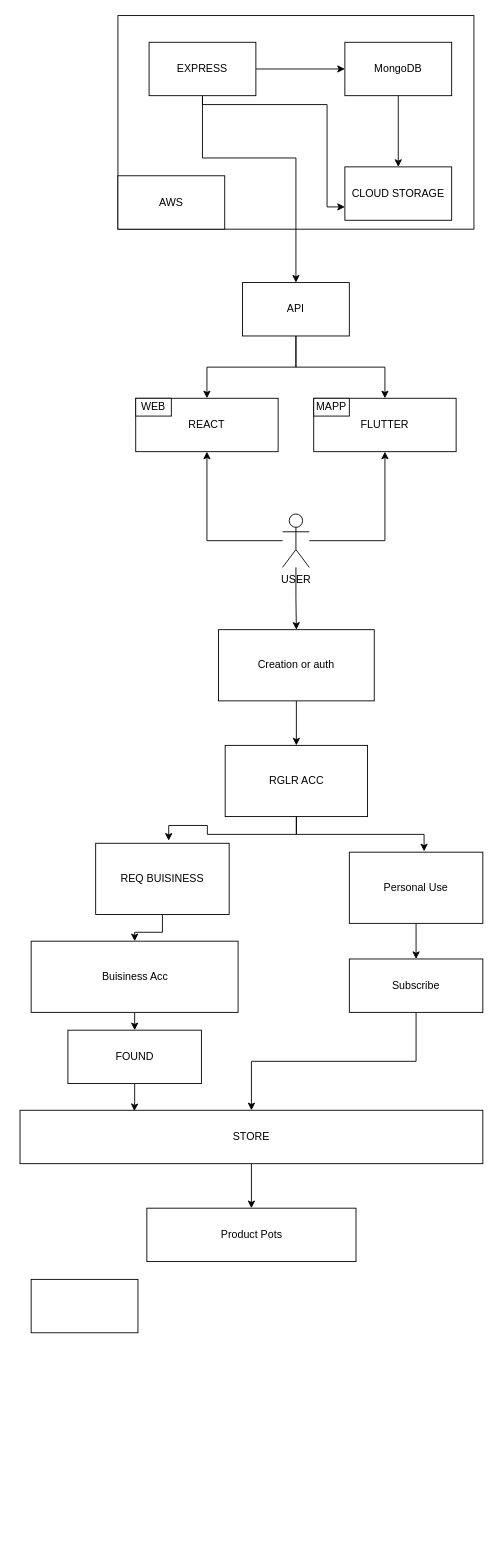
Before: draw.io/Untitled Diagram.drawio in onlymachiavelli/draw.io, a draw.io diagram. Source tidied: cells renumbered, new cells numbered last; positions are measured from the earlier drawing's top-left corner, leaving out a move shared by most shapes. Both pictures are drawn from the tidied source at 89%, with x=0, y=0 at pixel (20, 15).
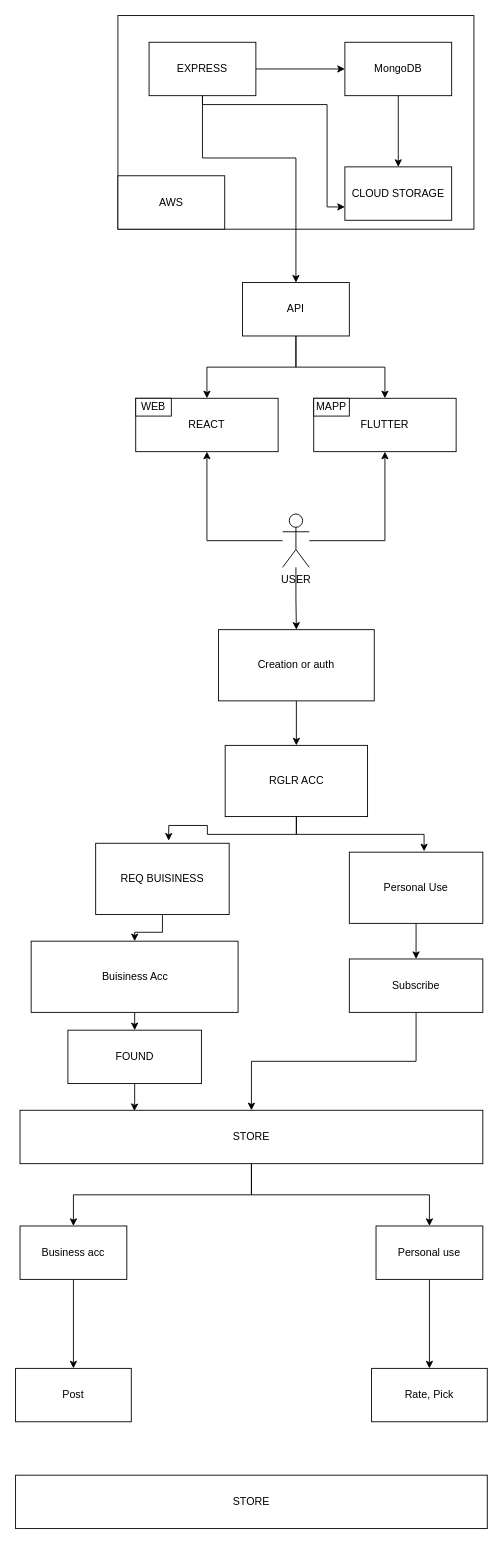
Above is the later version.

Unchanged cells that the change refers to:
```xml
<mxCell id="34" value="STORE" style="rounded=0;whiteSpace=wrap;html=1;" parent="1" vertex="1">
  <mxGeometry y="1230" width="520" height="60" as="geometry" />
</mxCell>
```

Diff of the diagram source:
```diff
@@
-    <mxCell id="33" style="edgeStyle=orthogonalEdgeStyle;rounded=0;jettySize=auto;html=1;" parent="1" edge="1" source="34" target="39">
-      <mxGeometry relative="1" as="geometry" />
-    </mxCell>
+    <mxCell id="41" style="edgeStyle=orthogonalEdgeStyle;rounded=0;jettySize=auto;html=1;" parent="1" edge="1" source="34" target="40">
+      <mxGeometry relative="1" as="geometry" />
+    </mxCell>
+    <mxCell id="42" style="edgeStyle=orthogonalEdgeStyle;rounded=0;jettySize=auto;html=1;entryX=0.5;entryY=0;entryDx=0;entryDy=0;" parent="1" edge="1" source="34" target="45">
+      <mxGeometry relative="1" as="geometry" />
+    </mxCell>
@@
-    <mxCell id="39" value="Product Pots" style="rounded=0;whiteSpace=wrap;html=1;" parent="1" vertex="1">
-      <mxGeometry x="142.5" y="1340" width="235" height="60" as="geometry" />
+    <mxCell id="39" value="Post" style="rounded=0;whiteSpace=wrap;html=1;" parent="1" vertex="1">
+      <mxGeometry x="-5" y="1520" width="130" height="60" as="geometry" />
     </mxCell>
+    <mxCell id="43" style="edgeStyle=orthogonalEdgeStyle;rounded=0;jettySize=auto;html=1;" parent="1" edge="1" source="40" target="39">
+      <mxGeometry relative="1" as="geometry" />
+    </mxCell>
-    <mxCell id="40" style="rounded=0;whiteSpace=wrap;html=1;" parent="1" vertex="1">
-      <mxGeometry x="12.5" y="1420" width="120" height="60" as="geometry" />
+    <mxCell id="40" value="Business acc" style="rounded=0;whiteSpace=wrap;html=1;" parent="1" vertex="1">
+      <mxGeometry y="1360" width="120" height="60" as="geometry" />
     </mxCell>
+    <mxCell id="44" style="edgeStyle=orthogonalEdgeStyle;rounded=0;jettySize=auto;html=1;" parent="1" edge="1" source="45" target="46">
+      <mxGeometry relative="1" as="geometry" />
+    </mxCell>
+    <mxCell id="45" value="Personal use" style="rounded=0;whiteSpace=wrap;html=1;" parent="1" vertex="1">
+      <mxGeometry x="400" y="1360" width="120" height="60" as="geometry" />
+    </mxCell>
+    <mxCell id="46" value="Rate, Pick" style="rounded=0;whiteSpace=wrap;html=1;" parent="1" vertex="1">
+      <mxGeometry x="395" y="1520" width="130" height="60" as="geometry" />
+    </mxCell>
+    <mxCell id="47" value="STORE" style="rounded=0;whiteSpace=wrap;html=1;" parent="1" vertex="1">
+      <mxGeometry x="-5" y="1640" width="530" height="60" as="geometry" />
+    </mxCell>
```
